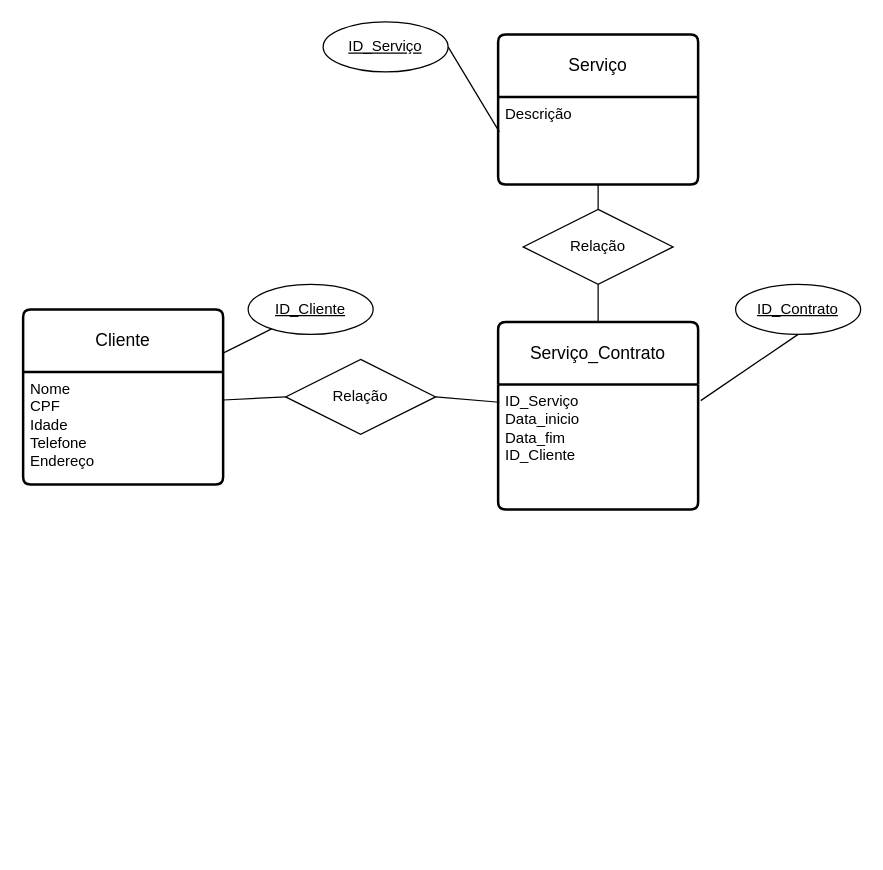
Earlier version of the draw.io diagram Diagramatent1.drawio (Earth5447/Banco-de-dados). Source tidied: cells renumbered, new cells numbered last; positions are measured from the earlier drawing's top-left corner, leaving out a move shared by most shapes. Both pictures are drawn from the tidied source at 125%, with x=0, y=0 at pixel (22, 21).
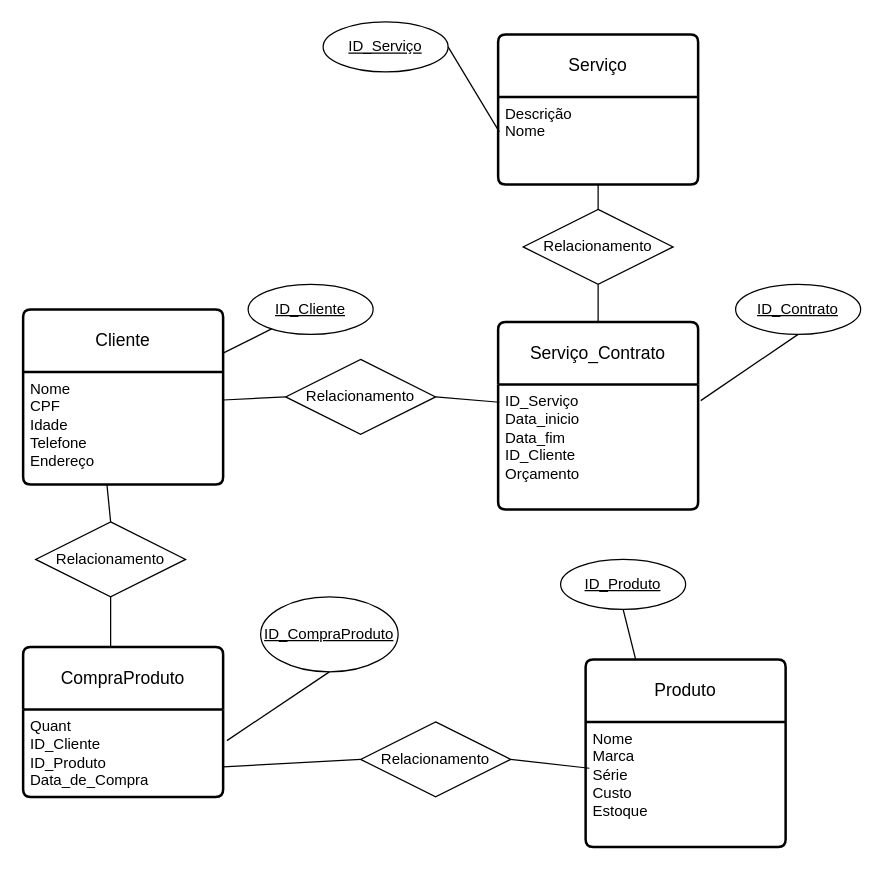
After the change.

Unchanged cells that the change refers to:
```xml
<mxCell id="3" value="Nome&lt;div&gt;CPF&lt;br&gt;Idade&lt;/div&gt;&lt;div&gt;Telefone&lt;/div&gt;&lt;div&gt;Endereço&lt;/div&gt;" style="align=left;strokeColor=none;fillColor=none;spacingLeft=4;fontSize=12;verticalAlign=top;html=1;" parent="2" vertex="1">
  <mxGeometry y="50" width="160" height="90" as="geometry" />
</mxCell>
<mxCell id="9" value="Serviço_Contrato" style="swimlane;horizontal=1;startSize=50;rounded=1;fontSize=14;fontStyle=0;strokeWidth=2;shadow=0;dashed=0;align=center;arcSize=4;whiteSpace=wrap;html=1;" parent="1" vertex="1">
  <mxGeometry x="380" y="240" width="160" height="150" as="geometry" />
</mxCell>
<mxCell id="11" value="Serviço" style="swimlane;horizontal=1;startSize=50;rounded=1;fontSize=14;fontStyle=0;strokeWidth=2;shadow=0;dashed=0;align=center;arcSize=4;whiteSpace=wrap;html=1;" parent="1" vertex="1">
  <mxGeometry x="380" y="10" width="160" height="120" as="geometry" />
</mxCell>
```

What changed in the source:
```diff
@@
-    <mxCell id="6" value="Relação" style="shape=rhombus;perimeter=rhombusPerimeter;whiteSpace=wrap;html=1;align=center;" parent="1" vertex="1">
+    <mxCell id="6" value="Relacionamento" style="shape=rhombus;perimeter=rhombusPerimeter;whiteSpace=wrap;html=1;align=center;" parent="1" vertex="1">
       <mxGeometry x="210" y="270" width="120" height="60" as="geometry" />
     </mxCell>
@@
-    <mxCell id="10" value="ID_Serviço&lt;div&gt;Data_inicio&lt;/div&gt;&lt;div&gt;Data_fim&lt;/div&gt;&lt;div&gt;ID_Cliente&lt;br&gt;&lt;div&gt;&lt;br&gt;&lt;/div&gt;&lt;/div&gt;" style="align=left;strokeColor=none;fillColor=none;spacingLeft=4;fontSize=12;verticalAlign=top;html=1;" parent="9" vertex="1">
+    <mxCell id="10" value="ID_Serviço&lt;div&gt;Data_inicio&lt;/div&gt;&lt;div&gt;Data_fim&lt;/div&gt;&lt;div&gt;ID_Cliente&lt;/div&gt;&lt;div&gt;Orçamento&lt;br&gt;&lt;div&gt;&lt;br&gt;&lt;/div&gt;&lt;/div&gt;" style="align=left;strokeColor=none;fillColor=none;spacingLeft=4;fontSize=12;verticalAlign=top;html=1;" parent="9" vertex="1">
       <mxGeometry y="50" width="160" height="100" as="geometry" />
     </mxCell>
@@
-    <mxCell id="12" value="Descrição" style="align=left;strokeColor=none;fillColor=none;spacingLeft=4;fontSize=12;verticalAlign=top;html=1;" parent="11" vertex="1">
+    <mxCell id="12" value="Descrição&lt;div&gt;Nome&lt;/div&gt;" style="align=left;strokeColor=none;fillColor=none;spacingLeft=4;fontSize=12;verticalAlign=top;html=1;" parent="11" vertex="1">
       <mxGeometry y="50" width="160" height="70" as="geometry" />
     </mxCell>
-    <mxCell id="13" value="Relação" style="shape=rhombus;perimeter=rhombusPerimeter;whiteSpace=wrap;html=1;align=center;" parent="1" vertex="1">
+    <mxCell id="13" value="Relacionamento" style="shape=rhombus;perimeter=rhombusPerimeter;whiteSpace=wrap;html=1;align=center;" parent="1" vertex="1">
       <mxGeometry x="400" y="150" width="120" height="60" as="geometry" />
     </mxCell>
@@
+    <mxCell id="20" value="CompraProduto" style="swimlane;horizontal=1;startSize=50;rounded=1;fontSize=14;fontStyle=0;strokeWidth=2;shadow=0;dashed=0;align=center;arcSize=4;whiteSpace=wrap;html=1;" parent="1" vertex="1">
+      <mxGeometry y="500" width="160" height="120" as="geometry" />
+    </mxCell>
+    <mxCell id="21" value="Quant&lt;br&gt;&lt;div&gt;ID_Cliente&lt;/div&gt;&lt;div&gt;ID_Produto&lt;/div&gt;&lt;div&gt;Data_de_Compra&lt;/div&gt;" style="align=left;strokeColor=none;fillColor=none;spacingLeft=4;fontSize=12;verticalAlign=top;html=1;" parent="20" vertex="1">
+      <mxGeometry y="50" width="160" height="70" as="geometry" />
+    </mxCell>
+    <mxCell id="22" value="Relacionamento" style="shape=rhombus;perimeter=rhombusPerimeter;whiteSpace=wrap;html=1;align=center;" parent="1" vertex="1">
+      <mxGeometry x="10" y="400" width="120" height="60" as="geometry" />
+    </mxCell>
+    <mxCell id="23" style="endArrow=none;html=1;rounded=0;entryX=0.5;entryY=0;entryDx=0;entryDy=0;exitX=0.419;exitY=1;exitDx=0;exitDy=0;exitPerimeter=0;" parent="1" edge="1" source="3" target="22">
+      <mxGeometry relative="1" as="geometry" />
+    </mxCell>
+    <mxCell id="24" style="endArrow=none;html=1;rounded=0;entryX=0.456;entryY=0;entryDx=0;entryDy=0;exitX=0.5;exitY=1;exitDx=0;exitDy=0;entryPerimeter=0;" parent="1" edge="1" source="22" target="20">
+      <mxGeometry relative="1" as="geometry">
+        <Array as="points">
+          <mxPoint x="70" y="500" />
+        </Array>
+      </mxGeometry>
+    </mxCell>
+    <mxCell id="25" value="&lt;span style=&quot;text-align: left; text-wrap: nowrap;&quot;&gt;ID_CompraProduto&lt;/span&gt;" style="ellipse;whiteSpace=wrap;html=1;align=center;fontStyle=4;" parent="1" vertex="1">
+      <mxGeometry x="190" y="460" width="110" height="60" as="geometry" />
+    </mxCell>
+    <mxCell id="26" style="endArrow=none;html=1;rounded=0;exitX=0.5;exitY=1;exitDx=0;exitDy=0;entryX=1.019;entryY=0.357;entryDx=0;entryDy=0;entryPerimeter=0;" parent="1" edge="1" source="25" target="21">
+      <mxGeometry relative="1" as="geometry" />
+    </mxCell>
+    <mxCell id="27" style="endArrow=none;html=1;rounded=0;entryX=1;entryY=0.657;entryDx=0;entryDy=0;entryPerimeter=0;exitX=0;exitY=0.5;exitDx=0;exitDy=0;" parent="1" edge="1" source="28" target="21">
+      <mxGeometry relative="1" as="geometry" />
+    </mxCell>
+    <mxCell id="28" value="Relacionamento" style="shape=rhombus;perimeter=rhombusPerimeter;whiteSpace=wrap;html=1;align=center;" parent="1" vertex="1">
+      <mxGeometry x="270" y="560" width="120" height="60" as="geometry" />
+    </mxCell>
+    <mxCell id="29" style="endArrow=none;html=1;rounded=0;entryX=1;entryY=0.5;entryDx=0;entryDy=0;exitX=0.019;exitY=0.371;exitDx=0;exitDy=0;exitPerimeter=0;" parent="1" edge="1" source="31" target="28">
+      <mxGeometry relative="1" as="geometry" />
+    </mxCell>
+    <mxCell id="30" value="Produto" style="swimlane;horizontal=1;startSize=50;rounded=1;fontSize=14;fontStyle=0;strokeWidth=2;shadow=0;dashed=0;align=center;arcSize=4;whiteSpace=wrap;html=1;" parent="1" vertex="1">
+      <mxGeometry x="450" y="510" width="160" height="150" as="geometry" />
+    </mxCell>
+    <mxCell id="31" value="Nome&lt;div&gt;Marca&lt;/div&gt;&lt;div&gt;Série&lt;/div&gt;&lt;div&gt;Custo&lt;/div&gt;&lt;div&gt;Estoque&lt;/div&gt;" style="align=left;strokeColor=none;fillColor=none;spacingLeft=4;fontSize=12;verticalAlign=top;html=1;" parent="30" vertex="1">
+      <mxGeometry y="50" width="160" height="100" as="geometry" />
+    </mxCell>
+    <mxCell id="32" value="ID_Produto" style="ellipse;whiteSpace=wrap;html=1;align=center;fontStyle=4;" parent="1" vertex="1">
+      <mxGeometry x="430" y="430" width="100" height="40" as="geometry" />
+    </mxCell>
+    <mxCell id="33" style="endArrow=none;html=1;rounded=0;entryX=0.25;entryY=0;entryDx=0;entryDy=0;exitX=0.5;exitY=1;exitDx=0;exitDy=0;" parent="1" edge="1" source="32" target="30">
+      <mxGeometry relative="1" as="geometry" />
+    </mxCell>
```
